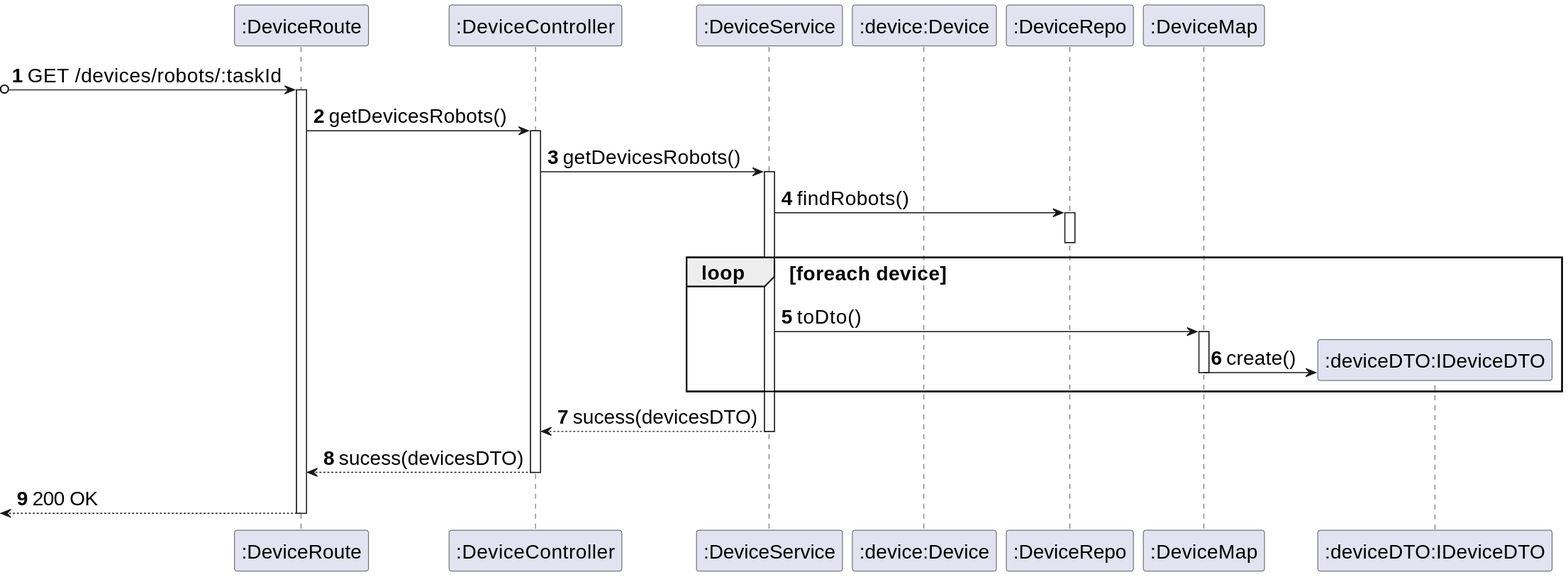
miseEnPlace-dev/lapr5 keeps this PlantUML diagram as _wiki/sprint-a/us22-390/views/level-3/assets/process-view.svg. Above is the earlier version.
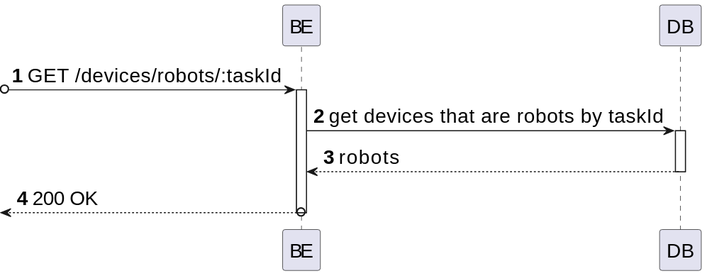
The same file after the commit.

Diff of the diagram source:
```diff
@@ -1,34 +1,18 @@
 @startuml
 skinparamlocked defaultFontSize 20
 autonumber
-participant ROUTE as ":DeviceRoute"
-participant CTRL as ":DeviceController"
-participant SRV as ":DeviceService"
-participant BUILD as ":device:Device"
-participant REPO as ":DeviceRepo"
-participant MAP as ":DeviceMap"
-participant DTO as ":deviceDTO:IDeviceDTO"
+participant BE as "BE"
+participant DB as "DB"
 
-?o-> ROUTE : GET /devices/robots/:taskId
-activate ROUTE
+?o-> BE : GET /devices/robots/:taskId
+activate BE
 
-ROUTE -> CTRL : getDevicesRobots()
-activate CTRL
-CTRL -> SRV : getDevicesRobots()
-activate SRV
-SRV-> REPO : findRobots()
-activate REPO
-deactivate REPO
-  loop foreach device
-    SRV -> MAP : toDto()
-    activate MAP
-    MAP -> DTO** : create()
-    deactivate MAP
-  end
-SRV --> CTRL : sucess(devicesDTO)
-deactivate SRV
-CTRL --> ROUTE : sucess(devicesDTO)
-deactivate CTRL
-<-- ROUTE : 200 OK
-deactivate ROUTE
+BE -> DB : get devices that are robots by taskId
+activate DB
+
+DB --> BE : robots
+deactivate DB
+
+<--o BE : 200 OK
+deactivate BE
 @enduml
```
